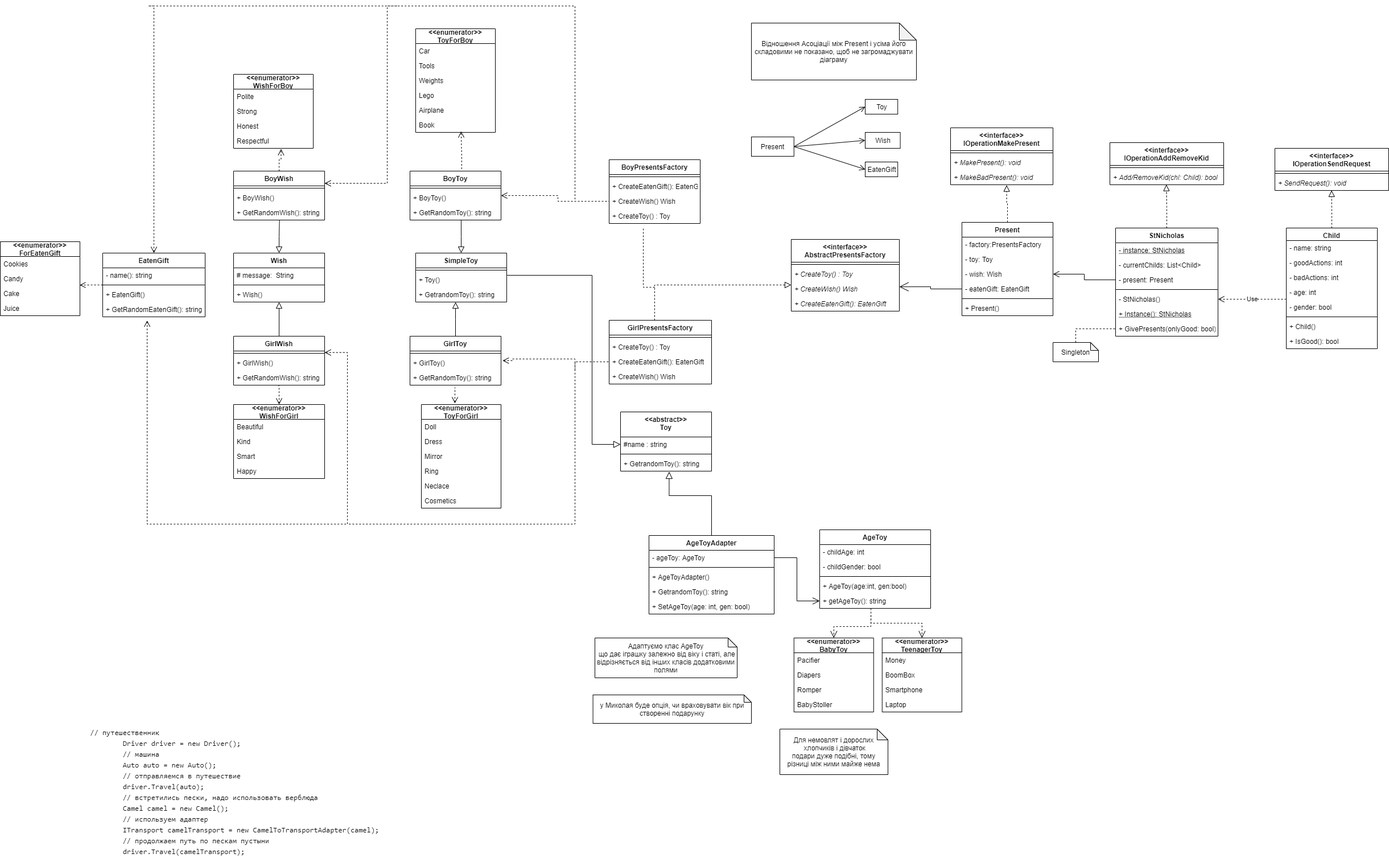
This is UML_StNicholas.drawio.png from olh-msk/SigmaTask13_StNicholas_v2, a draw.io export, as it was before one commit. Source tidied: cells renumbered, new cells last; positions are measured from the earlier drawing's top-left corner, leaving out a move shared by most shapes.
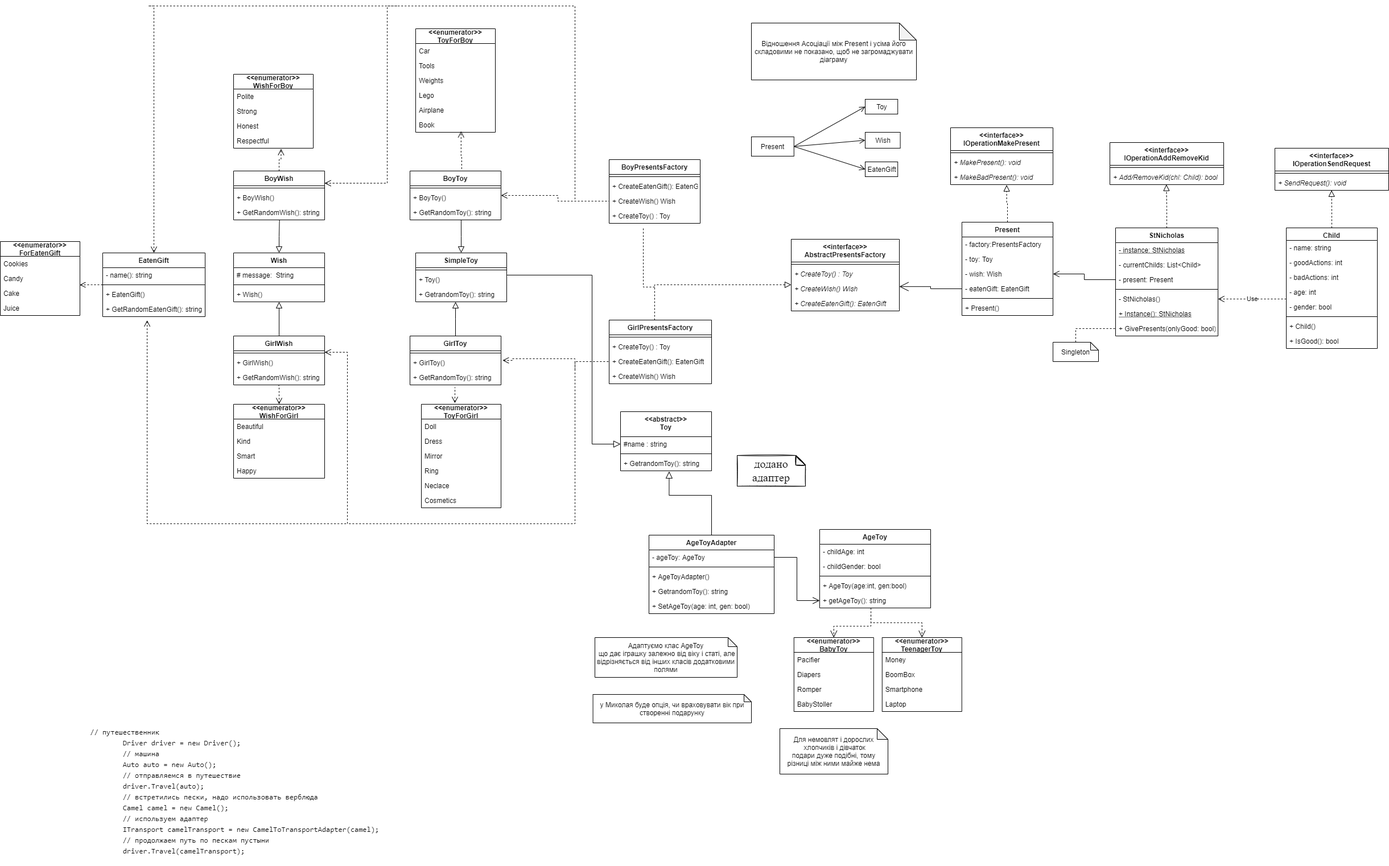
Above is the later version.

Diff of the diagram source:
```diff
@@ -607,5 +607,8 @@
         </Array>
       </mxGeometry>
     </mxCell>
+    <mxCell id="177" value="додано адаптер" style="shape=note;whiteSpace=wrap;html=1;backgroundOutline=1;darkOpacity=0.05;sketch=1;hachureGap=4;fontFamily=Architects Daughter;fontSource=https%3A%2F%2Ffonts.googleapis.com%2Fcss%3Ffamily%3DArchitects%2BDaughter;fontSize=20;size=17;" parent="1" vertex="1">
+      <mxGeometry x="1295" y="790" width="120" height="54" as="geometry" />
+    </mxCell>
   </root>
 </mxGraphModel>
```
